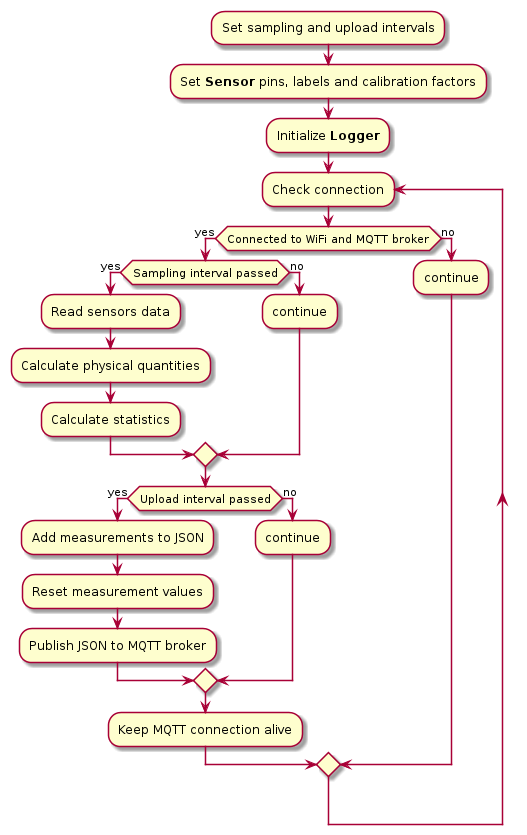
orestispanago/Solar-logger keeps this PlantUML diagram as out/extras/flowchart/flowchart.png. Above is the earlier version.
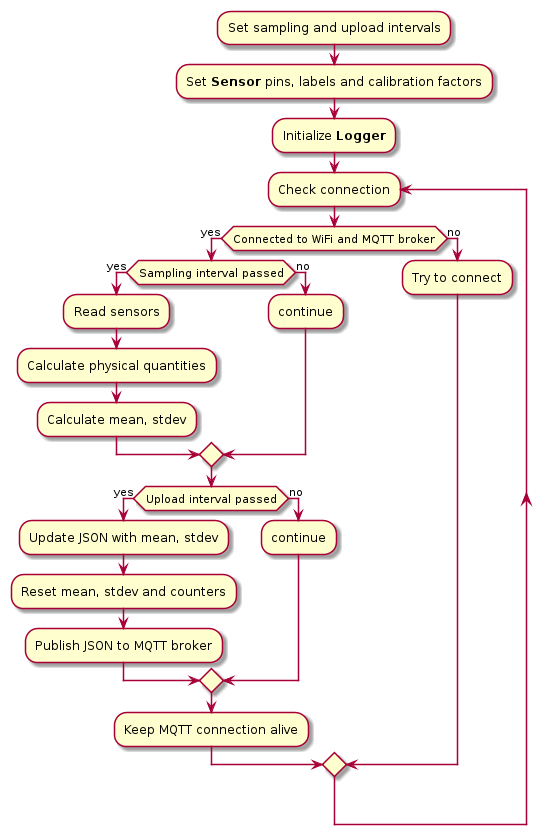
After the commit.

Diff of the diagram source:
```diff
@@ -11,16 +11,16 @@
 repeat :Check connection
 if (Connected to WiFi and MQTT broker) then (yes)
     if (Sampling interval passed) then (yes)
-        :Read sensors data;
+        :Read sensors;
         :Calculate physical quantities;
-        :Calculate statistics;
+        :Calculate mean, stdev;
     else (no)
         :continue;
     endif
 
     if (Upload interval passed) then (yes)
-        :Add measurements to JSON;
-        :Reset measurement values;
+        :Update JSON with mean, stdev;
+        :Reset mean, stdev and counters;
         :Publish JSON to MQTT broker;
     else (no)
         :continue;
@@ -28,7 +28,7 @@
 
     :Keep MQTT connection alive;
 else (no)
-    :continue;
+    :Try to connect;
 endif
 
 @enduml
```
